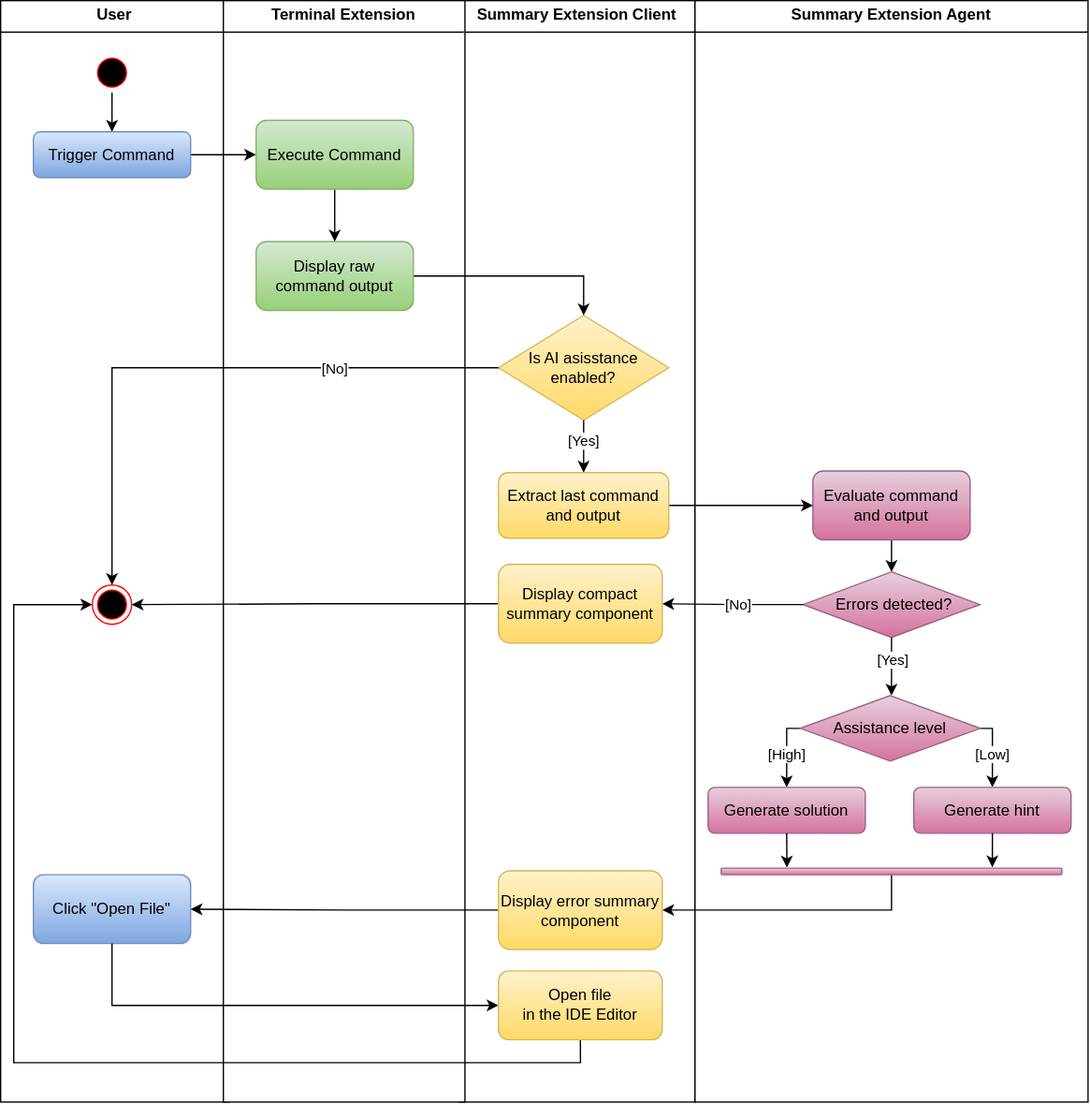
The draw.io diagram figures/activitydiagram3.drawio.svg in Fangoling/bachelor-thesis, before a commit. Source tidied: cells renumbered, new cells last; positions are measured from the earlier drawing's top-left corner, leaving out a move shared by most shapes. Source of this version:
```xml
<mxGraphModel>
  <root>
    <mxCell id="0" />
    <mxCell id="1" parent="0" />
    <mxCell id="2" value="&lt;p style=&quot;margin:0px;margin-top:4px;text-align:center;&quot;&gt;&lt;b&gt;Summary Extension Client&lt;/b&gt;&lt;/p&gt;&lt;hr size=&quot;1&quot; style=&quot;border-style:solid;&quot;&gt;&lt;div style=&quot;height:2px;&quot;&gt;&lt;br&gt;&lt;/div&gt;" style="verticalAlign=top;align=left;overflow=fill;html=1;whiteSpace=wrap;" parent="1" vertex="1">
      <mxGeometry x="350" width="180" height="840" as="geometry" />
    </mxCell>
    <mxCell id="3" value="&lt;p style=&quot;margin:0px;margin-top:4px;text-align:center;&quot;&gt;&lt;b&gt;User&lt;/b&gt;&lt;/p&gt;&lt;hr size=&quot;1&quot; style=&quot;border-style:solid;&quot;&gt;&lt;div style=&quot;height:2px;&quot;&gt;&lt;br&gt;&lt;/div&gt;" style="verticalAlign=top;align=left;overflow=fill;html=1;whiteSpace=wrap;" parent="1" vertex="1">
      <mxGeometry width="174.2" height="840" as="geometry" />
    </mxCell>
    <mxCell id="4" value="&lt;p style=&quot;margin:0px;margin-top:4px;text-align:center;&quot;&gt;&lt;b&gt;Terminal Extension&lt;/b&gt;&lt;/p&gt;&lt;hr size=&quot;1&quot; style=&quot;border-style:solid;&quot;&gt;&lt;div style=&quot;height:2px;&quot;&gt;&lt;br&gt;&lt;/div&gt;" style="verticalAlign=top;align=left;overflow=fill;html=1;whiteSpace=wrap;" parent="1" vertex="1">
      <mxGeometry x="170" width="184.4" height="840" as="geometry" />
    </mxCell>
    <mxCell id="5" value="&lt;p style=&quot;margin:0px;margin-top:4px;text-align:center;&quot;&gt;&lt;b&gt;Summary Extension Agent&lt;/b&gt;&lt;/p&gt;&lt;hr size=&quot;1&quot; style=&quot;border-style:solid;&quot;&gt;&lt;div style=&quot;height:2px;&quot;&gt;&lt;br&gt;&lt;/div&gt;" style="verticalAlign=top;align=left;overflow=fill;html=1;whiteSpace=wrap;" parent="1" vertex="1">
      <mxGeometry x="530" width="300" height="840" as="geometry" />
    </mxCell>
    <mxCell id="6" style="edgeStyle=orthogonalEdgeStyle;rounded=0;jettySize=auto;html=1;entryX=0;entryY=0.5;entryDx=0;entryDy=0;" parent="1" edge="1" source="7" target="45">
      <mxGeometry relative="1" as="geometry" />
    </mxCell>
    <mxCell id="7" value="Trigger Command" style="rounded=1;whiteSpace=wrap;html=1;fillColor=#dae8fc;gradientColor=#7ea6e0;strokeColor=#6c8ebf;" parent="1" vertex="1">
      <mxGeometry x="25" y="100" width="120" height="35" as="geometry" />
    </mxCell>
    <mxCell id="8" style="edgeStyle=orthogonalEdgeStyle;rounded=0;jettySize=auto;html=1;" parent="1" edge="1" source="9" target="7">
      <mxGeometry relative="1" as="geometry" />
    </mxCell>
    <mxCell id="9" style="ellipse;html=1;shape=startState;fillColor=#000000;strokeColor=#ff0000;" parent="1" vertex="1">
      <mxGeometry x="70" y="40" width="30" height="30" as="geometry" />
    </mxCell>
    <mxCell id="10" value="Click &quot;Open File&quot;" style="rounded=1;whiteSpace=wrap;html=1;fillColor=#dae8fc;gradientColor=#7ea6e0;strokeColor=#6c8ebf;" parent="1" vertex="1">
      <mxGeometry x="25" y="666.6" width="120" height="52.5" as="geometry" />
    </mxCell>
    <mxCell id="11" value="Is AI asisstance enabled?" style="rhombus;whiteSpace=wrap;html=1;fillColor=#fff2cc;gradientColor=#ffd966;strokeColor=#d6b656;" parent="1" vertex="1">
      <mxGeometry x="380" y="240" width="130" height="80" as="geometry" />
    </mxCell>
    <mxCell id="12" style="edgeStyle=orthogonalEdgeStyle;rounded=0;jettySize=auto;html=1;entryX=0.5;entryY=0;entryDx=0;entryDy=0;" parent="1" edge="1" source="13" target="11">
      <mxGeometry relative="1" as="geometry" />
    </mxCell>
    <mxCell id="13" value="Display raw command o&lt;span style=&quot;background-color: transparent; color: light-dark(rgb(0, 0, 0), rgb(255, 255, 255));&quot;&gt;utput&lt;/span&gt;" style="rounded=1;whiteSpace=wrap;html=1;fillColor=#d5e8d4;gradientColor=#97d077;strokeColor=#82b366;" parent="1" vertex="1">
      <mxGeometry x="195" y="183.8" width="120" height="52.5" as="geometry" />
    </mxCell>
    <mxCell id="14" style="ellipse;html=1;shape=endState;fillColor=#000000;strokeColor=#ff0000;" parent="1" vertex="1">
      <mxGeometry x="70" y="445.6" width="30" height="30" as="geometry" />
    </mxCell>
    <mxCell id="15" style="edgeStyle=orthogonalEdgeStyle;rounded=0;jettySize=auto;html=1;entryX=0;entryY=0.5;entryDx=0;entryDy=0;endArrow=none;endFill=0;startArrow=classic;startFill=1;" parent="1" edge="1" source="17" target="28">
      <mxGeometry relative="1" as="geometry">
        <Array as="points">
          <mxPoint x="600" y="555" />
        </Array>
      </mxGeometry>
    </mxCell>
    <mxCell id="16" value="[High]" style="edgeLabel;html=1;align=center;verticalAlign=middle;" parent="15" vertex="1">
      <mxGeometry x="-0.09" y="1" relative="1" as="geometry" />
    </mxCell>
    <mxCell id="17" value="Generate solution" style="rounded=1;whiteSpace=wrap;html=1;fillColor=#e6d0de;gradientColor=#d5739d;strokeColor=#996185;" parent="1" vertex="1">
      <mxGeometry x="540" y="600" width="120" height="35" as="geometry" />
    </mxCell>
    <mxCell id="18" style="edgeStyle=orthogonalEdgeStyle;rounded=0;jettySize=auto;html=1;entryX=1;entryY=0.5;entryDx=0;entryDy=0;endArrow=none;endFill=0;startArrow=classic;startFill=1;" parent="1" edge="1" source="20" target="28">
      <mxGeometry relative="1" as="geometry">
        <Array as="points">
          <mxPoint x="757" y="555" />
        </Array>
      </mxGeometry>
    </mxCell>
    <mxCell id="19" value="[Low]" style="edgeLabel;html=1;align=center;verticalAlign=middle;" parent="18" vertex="1">
      <mxGeometry x="-0.05" y="1" relative="1" as="geometry" />
    </mxCell>
    <mxCell id="20" value="Generate hint" style="rounded=1;whiteSpace=wrap;html=1;fillColor=#e6d0de;gradientColor=#d5739d;strokeColor=#996185;" parent="1" vertex="1">
      <mxGeometry x="697" y="600" width="120" height="35" as="geometry" />
    </mxCell>
    <mxCell id="21" style="edgeStyle=orthogonalEdgeStyle;rounded=0;jettySize=auto;html=1;entryX=1;entryY=0.5;entryDx=0;entryDy=0;" parent="1" edge="1" source="23" target="10">
      <mxGeometry relative="1" as="geometry" />
    </mxCell>
    <mxCell id="22" style="edgeStyle=orthogonalEdgeStyle;rounded=0;jettySize=auto;html=1;entryX=0.5;entryY=1;entryDx=0;entryDy=0;startArrow=classic;startFill=1;endArrow=none;endFill=0;" parent="1" edge="1" source="23" target="30">
      <mxGeometry relative="1" as="geometry" />
    </mxCell>
    <mxCell id="23" value="Display error summary component" style="rounded=1;whiteSpace=wrap;html=1;fillColor=#fff2cc;gradientColor=#ffd966;strokeColor=#d6b656;" parent="1" vertex="1">
      <mxGeometry x="380" y="663.6" width="125" height="60" as="geometry" />
    </mxCell>
    <mxCell id="24" style="edgeStyle=orthogonalEdgeStyle;rounded=0;jettySize=auto;html=1;entryX=0.5;entryY=0;entryDx=0;entryDy=0;" parent="1" edge="1" source="25" target="27">
      <mxGeometry relative="1" as="geometry" />
    </mxCell>
    <mxCell id="25" value="Evaluate command and output" style="rounded=1;whiteSpace=wrap;html=1;fillColor=#e6d0de;gradientColor=#d5739d;strokeColor=#996185;" parent="1" vertex="1">
      <mxGeometry x="620" y="358.8" width="120" height="52.5" as="geometry" />
    </mxCell>
    <mxCell id="26" style="edgeStyle=orthogonalEdgeStyle;rounded=0;jettySize=auto;html=1;entryX=1;entryY=0.5;entryDx=0;entryDy=0;" parent="1" edge="1" source="33" target="14">
      <mxGeometry relative="1" as="geometry" />
    </mxCell>
    <mxCell id="27" value="&amp;nbsp;Errors detected?" style="rhombus;whiteSpace=wrap;html=1;fillColor=#e6d0de;gradientColor=#d5739d;strokeColor=#996185;" parent="1" vertex="1">
      <mxGeometry x="612.5" y="435.6" width="135" height="50" as="geometry" />
    </mxCell>
    <mxCell id="28" value="Assistance level" style="rhombus;whiteSpace=wrap;html=1;fillColor=#e6d0de;gradientColor=#d5739d;strokeColor=#996185;" parent="1" vertex="1">
      <mxGeometry x="610.2" y="530" width="137.5" height="50" as="geometry" />
    </mxCell>
    <mxCell id="29" style="edgeStyle=orthogonalEdgeStyle;rounded=0;jettySize=auto;html=1;exitX=0.193;exitY=-0.091;exitDx=0;exitDy=0;entryX=0.5;entryY=1;entryDx=0;entryDy=0;endArrow=none;endFill=0;startArrow=classic;startFill=1;exitPerimeter=0;" parent="1" edge="1" source="30" target="17">
      <mxGeometry relative="1" as="geometry" />
    </mxCell>
    <mxCell id="30" style="rounded=1;whiteSpace=wrap;html=1;fillColor=#e6d0de;gradientColor=#d5739d;strokeColor=#996185;" parent="1" vertex="1">
      <mxGeometry x="550" y="661.6" width="260" height="5" as="geometry" />
    </mxCell>
    <mxCell id="31" style="edgeStyle=orthogonalEdgeStyle;rounded=0;jettySize=auto;html=1;entryX=1;entryY=0.5;entryDx=0;entryDy=0;" parent="1" edge="1" source="27" target="33">
      <mxGeometry relative="1" as="geometry" />
    </mxCell>
    <mxCell id="32" value="[No]" style="edgeLabel;html=1;align=center;verticalAlign=middle;" parent="31" vertex="1">
      <mxGeometry x="-0.78" y="4" relative="1" as="geometry">
        <mxPoint x="-39" y="-4" as="offset" />
      </mxGeometry>
    </mxCell>
    <mxCell id="33" value="Display compact summary component" style="rounded=1;whiteSpace=wrap;html=1;fillColor=#fff2cc;gradientColor=#ffd966;strokeColor=#d6b656;" parent="1" vertex="1">
      <mxGeometry x="380" y="430" width="125" height="60" as="geometry" />
    </mxCell>
    <mxCell id="34" style="edgeStyle=orthogonalEdgeStyle;rounded=0;jettySize=auto;html=1;entryX=0.5;entryY=0;entryDx=0;entryDy=0;" parent="1" edge="1" source="11" target="38">
      <mxGeometry relative="1" as="geometry" />
    </mxCell>
    <mxCell id="35" value="&lt;span style=&quot;color: rgba(0, 0, 0, 0); font-family: monospace; font-size: 0px; text-align: start; background-color: rgb(236, 236, 236);&quot;&gt;%3CmxGraphModel%3E%3Croot%3E%3CmxCell%20id%3D%220%22%2F%3E%3CmxCell%20id%3D%221%22%20parent%3D%220%22%2F%3E%3CmxCell%20id%3D%222%22%20value%3D%22%5BYes%5D%22%20style%3D%22edgeLabel%3Bhtml%3D1%3Balign%3Dcenter%3BverticalAlign%3Dmiddle%3Bresizable%3D0%3Bpoints%3D%5B%5D%3B%22%20vertex%3D%221%22%20connectable%3D%220%22%20parent%3D%221%22%3E%3CmxGeometry%20x%3D%221485%22%20y%3D%22421.1428571428571%22%20as%3D%22geometry%22%2F%3E%3C%2FmxCell%3E%3C%2Froot%3E%3C%2FmxGraphModel%3E&lt;/span&gt;" style="edgeLabel;html=1;align=center;verticalAlign=middle;" parent="34" vertex="1">
      <mxGeometry x="-0.45" relative="1" as="geometry" />
    </mxCell>
    <mxCell id="36" value="[Yes]" style="edgeLabel;html=1;align=center;verticalAlign=middle;" parent="34" vertex="1">
      <mxGeometry x="0.14" y="-1" relative="1" as="geometry">
        <mxPoint y="-8" as="offset" />
      </mxGeometry>
    </mxCell>
    <mxCell id="37" style="edgeStyle=orthogonalEdgeStyle;rounded=0;jettySize=auto;html=1;entryX=0;entryY=0.5;entryDx=0;entryDy=0;" parent="1" edge="1" source="38" target="25">
      <mxGeometry relative="1" as="geometry" />
    </mxCell>
    <mxCell id="38" value="Extract last command and output" style="rounded=1;whiteSpace=wrap;html=1;fillColor=#fff2cc;gradientColor=#ffd966;strokeColor=#d6b656;" parent="1" vertex="1">
      <mxGeometry x="380" y="360" width="130" height="50" as="geometry" />
    </mxCell>
    <mxCell id="39" style="edgeStyle=orthogonalEdgeStyle;rounded=0;jettySize=auto;html=1;startArrow=classic;startFill=1;endArrow=none;endFill=0;" parent="1" edge="1" source="41" target="10">
      <mxGeometry relative="1" as="geometry" />
    </mxCell>
    <mxCell id="40" style="edgeStyle=orthogonalEdgeStyle;rounded=0;jettySize=auto;html=1;entryX=0;entryY=0.5;entryDx=0;entryDy=0;exitX=0.5;exitY=1;exitDx=0;exitDy=0;" parent="1" edge="1" source="41" target="14">
      <mxGeometry relative="1" as="geometry">
        <Array as="points">
          <mxPoint x="443" y="810" />
          <mxPoint x="10" y="810" />
          <mxPoint x="10" y="461" />
        </Array>
      </mxGeometry>
    </mxCell>
    <mxCell id="41" value="Open file&lt;div&gt;in the IDE Editor&lt;/div&gt;" style="rounded=1;whiteSpace=wrap;html=1;fillColor=#fff2cc;gradientColor=#ffd966;strokeColor=#d6b656;" parent="1" vertex="1">
      <mxGeometry x="380" y="740" width="125" height="52.5" as="geometry" />
    </mxCell>
    <mxCell id="42" style="edgeStyle=orthogonalEdgeStyle;rounded=0;jettySize=auto;html=1;entryX=0.5;entryY=0;entryDx=0;entryDy=0;" parent="1" edge="1" source="27">
      <mxGeometry relative="1" as="geometry">
        <mxPoint x="680" y="530" as="targetPoint" />
      </mxGeometry>
    </mxCell>
    <mxCell id="43" value="[Yes]" style="edgeLabel;html=1;align=center;verticalAlign=middle;" parent="42" vertex="1">
      <mxGeometry x="-0.38" y="3" relative="1" as="geometry">
        <mxPoint x="-3" y="2" as="offset" />
      </mxGeometry>
    </mxCell>
    <mxCell id="44" style="edgeStyle=orthogonalEdgeStyle;rounded=0;jettySize=auto;html=1;entryX=0.5;entryY=0;entryDx=0;entryDy=0;" parent="1" edge="1" source="45" target="13">
      <mxGeometry relative="1" as="geometry" />
    </mxCell>
    <mxCell id="45" value="Execute Command" style="rounded=1;whiteSpace=wrap;html=1;fillColor=#d5e8d4;gradientColor=#97d077;strokeColor=#82b366;" parent="1" vertex="1">
      <mxGeometry x="195" y="91.2" width="120" height="52.5" as="geometry" />
    </mxCell>
    <mxCell id="46" style="edgeStyle=orthogonalEdgeStyle;rounded=0;jettySize=auto;html=1;entryX=0.5;entryY=0;entryDx=0;entryDy=0;" parent="1" edge="1" source="11" target="14">
      <mxGeometry relative="1" as="geometry" />
    </mxCell>
    <mxCell id="47" value="[No]" style="edgeLabel;html=1;align=center;verticalAlign=middle;" parent="46" vertex="1">
      <mxGeometry x="-0.41" y="1" relative="1" as="geometry">
        <mxPoint x="10" y="-1" as="offset" />
      </mxGeometry>
    </mxCell>
    <mxCell id="48" style="edgeStyle=orthogonalEdgeStyle;rounded=0;jettySize=auto;html=1;entryX=0.796;entryY=-0.13;entryDx=0;entryDy=0;entryPerimeter=0;" parent="1" edge="1" source="20" target="30">
      <mxGeometry relative="1" as="geometry" />
    </mxCell>
  </root>
</mxGraphModel>
```
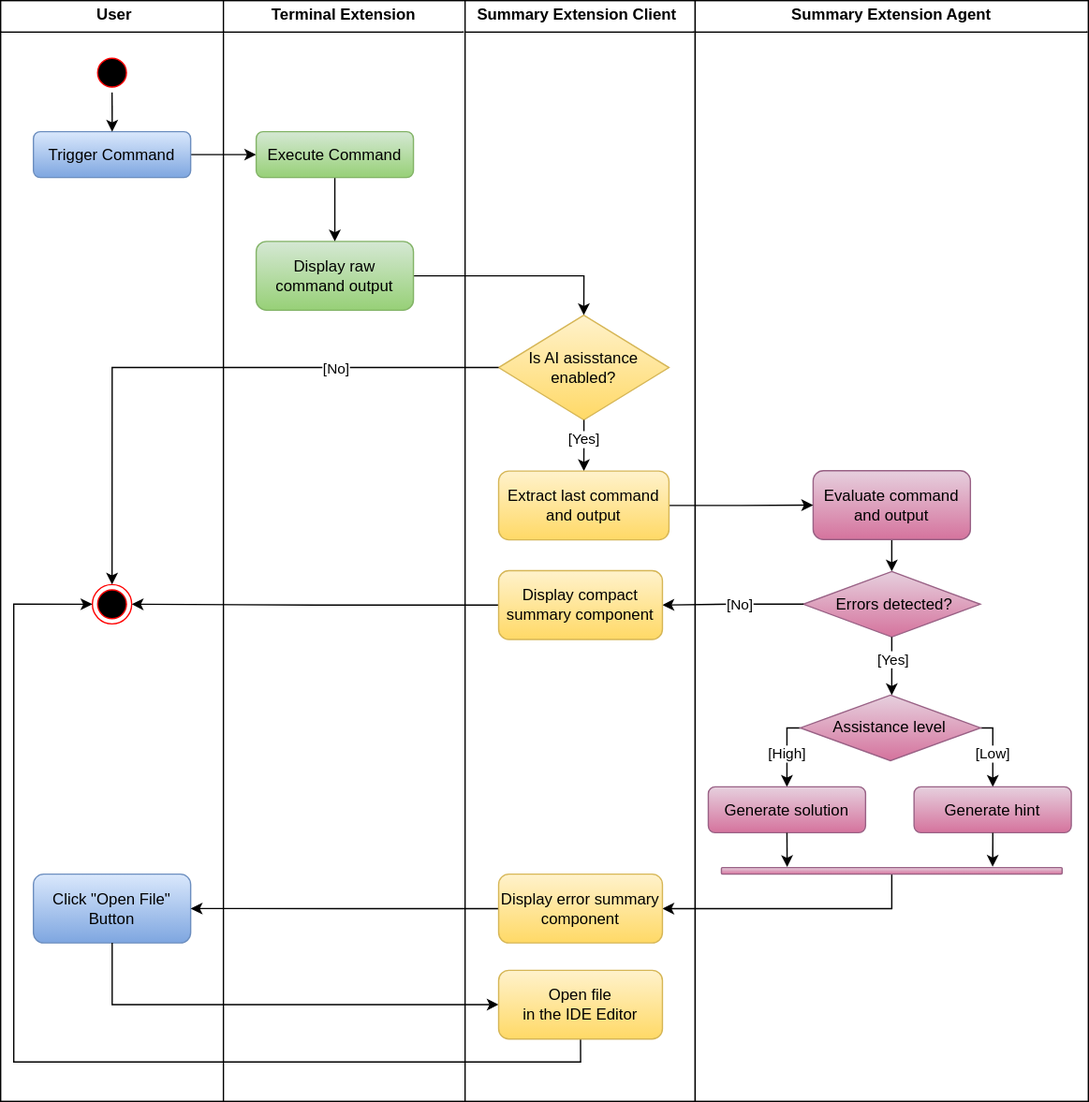
Later version of the same file.

Change to the diagram source:
```diff
@@ -26,7 +26,7 @@
     <mxCell id="9" style="ellipse;html=1;shape=startState;fillColor=#000000;strokeColor=#ff0000;" parent="1" vertex="1">
       <mxGeometry x="70" y="40" width="30" height="30" as="geometry" />
     </mxCell>
-    <mxCell id="10" value="Click &quot;Open File&quot;" style="rounded=1;whiteSpace=wrap;html=1;fillColor=#dae8fc;gradientColor=#7ea6e0;strokeColor=#6c8ebf;" parent="1" vertex="1">
+    <mxCell id="10" value="Click &quot;Open File&quot; Button" style="rounded=1;whiteSpace=wrap;html=1;fillColor=#dae8fc;gradientColor=#7ea6e0;strokeColor=#6c8ebf;" parent="1" vertex="1">
       <mxGeometry x="25" y="666.6" width="120" height="52.5" as="geometry" />
     </mxCell>
     <mxCell id="11" value="Is AI asisstance enabled?" style="rhombus;whiteSpace=wrap;html=1;fillColor=#fff2cc;gradientColor=#ffd966;strokeColor=#d6b656;" parent="1" vertex="1">
@@ -74,7 +74,7 @@
       <mxGeometry relative="1" as="geometry" />
     </mxCell>
     <mxCell id="23" value="Display error summary component" style="rounded=1;whiteSpace=wrap;html=1;fillColor=#fff2cc;gradientColor=#ffd966;strokeColor=#d6b656;" parent="1" vertex="1">
-      <mxGeometry x="380" y="663.6" width="125" height="60" as="geometry" />
+      <mxGeometry x="380" y="666.6" width="125" height="52.5" as="geometry" />
     </mxCell>
     <mxCell id="24" style="edgeStyle=orthogonalEdgeStyle;rounded=0;jettySize=auto;html=1;entryX=0.5;entryY=0;entryDx=0;entryDy=0;" parent="1" edge="1" source="25" target="27">
       <mxGeometry relative="1" as="geometry" />
@@ -106,7 +106,7 @@
       </mxGeometry>
     </mxCell>
     <mxCell id="33" value="Display compact summary component" style="rounded=1;whiteSpace=wrap;html=1;fillColor=#fff2cc;gradientColor=#ffd966;strokeColor=#d6b656;" parent="1" vertex="1">
-      <mxGeometry x="380" y="430" width="125" height="60" as="geometry" />
+      <mxGeometry x="380" y="435" width="125" height="52.5" as="geometry" />
     </mxCell>
     <mxCell id="34" style="edgeStyle=orthogonalEdgeStyle;rounded=0;jettySize=auto;html=1;entryX=0.5;entryY=0;entryDx=0;entryDy=0;" parent="1" edge="1" source="11" target="38">
       <mxGeometry relative="1" as="geometry" />
@@ -123,7 +123,7 @@
       <mxGeometry relative="1" as="geometry" />
     </mxCell>
     <mxCell id="38" value="Extract last command and output" style="rounded=1;whiteSpace=wrap;html=1;fillColor=#fff2cc;gradientColor=#ffd966;strokeColor=#d6b656;" parent="1" vertex="1">
-      <mxGeometry x="380" y="360" width="130" height="50" as="geometry" />
+      <mxGeometry x="380" y="359" width="130" height="52.5" as="geometry" />
     </mxCell>
     <mxCell id="39" style="edgeStyle=orthogonalEdgeStyle;rounded=0;jettySize=auto;html=1;startArrow=classic;startFill=1;endArrow=none;endFill=0;" parent="1" edge="1" source="41" target="10">
       <mxGeometry relative="1" as="geometry" />
@@ -154,7 +154,7 @@
       <mxGeometry relative="1" as="geometry" />
     </mxCell>
     <mxCell id="45" value="Execute Command" style="rounded=1;whiteSpace=wrap;html=1;fillColor=#d5e8d4;gradientColor=#97d077;strokeColor=#82b366;" parent="1" vertex="1">
-      <mxGeometry x="195" y="91.2" width="120" height="52.5" as="geometry" />
+      <mxGeometry x="195" y="100" width="120" height="35" as="geometry" />
     </mxCell>
     <mxCell id="46" style="edgeStyle=orthogonalEdgeStyle;rounded=0;jettySize=auto;html=1;entryX=0.5;entryY=0;entryDx=0;entryDy=0;" parent="1" edge="1" source="11" target="14">
       <mxGeometry relative="1" as="geometry" />
```
